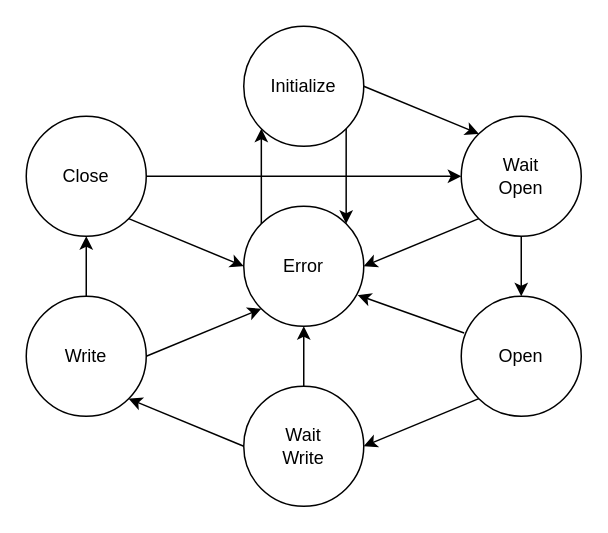
Above: Diagrams/SDStateMachine.drawio in joekeenan13/PIDA (draw.io), before the change. Source tidied: cells renumbered, new cells numbered last; positions are measured from the earlier drawing's top-left corner, leaving out a move shared by most shapes. Both pictures are drawn from the tidied source at 150%, with x=0, y=0 at pixel (26, 26).
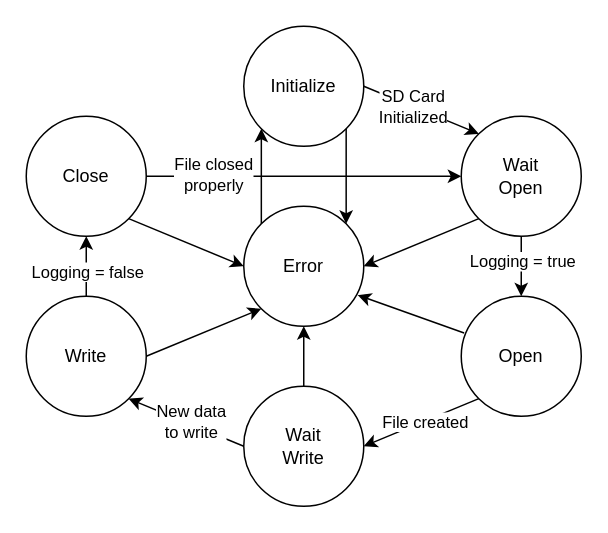
The same page after the edit.

The change refers to these unchanged cells:
```xml
<mxCell id="9" style="endArrow=classic;html=1;rounded=0;exitX=1;exitY=0.5;exitDx=0;exitDy=0;entryX=0;entryY=0;entryDx=0;entryDy=0;" parent="1" edge="1" source="2" target="4">
  <mxGeometry relative="1" as="geometry" />
</mxCell>
<mxCell id="10" style="endArrow=classic;html=1;rounded=0;exitX=1;exitY=0.5;exitDx=0;exitDy=0;entryX=0;entryY=0.5;entryDx=0;entryDy=0;" parent="1" edge="1" source="8" target="4">
  <mxGeometry relative="1" as="geometry" />
</mxCell>
<mxCell id="11" style="endArrow=classic;html=1;rounded=0;exitX=0.5;exitY=1;exitDx=0;exitDy=0;entryX=0.5;entryY=0;entryDx=0;entryDy=0;" parent="1" edge="1" source="4" target="5">
  <mxGeometry relative="1" as="geometry" />
</mxCell>
<mxCell id="14" style="endArrow=classic;html=1;rounded=0;exitX=0;exitY=1;exitDx=0;exitDy=0;entryX=1;entryY=0.5;entryDx=0;entryDy=0;" parent="1" edge="1" source="5" target="6">
  <mxGeometry relative="1" as="geometry" />
</mxCell>
<mxCell id="15" style="endArrow=classic;html=1;rounded=0;exitX=0;exitY=0.5;exitDx=0;exitDy=0;entryX=1;entryY=1;entryDx=0;entryDy=0;" parent="1" edge="1" source="6" target="7">
  <mxGeometry relative="1" as="geometry" />
</mxCell>
<mxCell id="16" style="endArrow=classic;html=1;rounded=0;exitX=0.5;exitY=0;exitDx=0;exitDy=0;entryX=0.5;entryY=1;entryDx=0;entryDy=0;" parent="1" edge="1" source="7" target="8">
  <mxGeometry relative="1" as="geometry" />
</mxCell>
```

The edit, as a diff of the source:
```diff
@@
+    <mxCell id="22" value="SD Card&lt;div&gt;Initialized&lt;/div&gt;" style="edgeLabel;html=1;align=center;verticalAlign=middle;" parent="9" vertex="1">
+      <mxGeometry x="-0.15" relative="1" as="geometry" />
+    </mxCell>
@@
+    <mxCell id="23" value="File closed&lt;div&gt;properly&lt;/div&gt;" style="edgeLabel;html=1;align=center;verticalAlign=middle;" parent="10" vertex="1">
+      <mxGeometry x="-0.58" y="2" relative="1" as="geometry" />
+    </mxCell>
@@
+    <mxCell id="24" value="Logging = true" style="edgeLabel;html=1;align=center;verticalAlign=middle;" parent="11" vertex="1">
+      <mxGeometry x="-0.19" relative="1" as="geometry" />
+    </mxCell>
@@
+    <mxCell id="25" value="File created" style="edgeLabel;html=1;align=center;verticalAlign=middle;" parent="14" vertex="1">
+      <mxGeometry x="-0.06" relative="1" as="geometry" />
+    </mxCell>
@@
+    <mxCell id="26" value="New data&lt;div&gt;to write&lt;/div&gt;" style="edgeLabel;html=1;align=center;verticalAlign=middle;" parent="15" vertex="1">
+      <mxGeometry x="-0.05" y="-2" relative="1" as="geometry" />
+    </mxCell>
@@
+    <mxCell id="27" value="Logging = false" style="edgeLabel;html=1;align=center;verticalAlign=middle;" parent="16" vertex="1">
+      <mxGeometry x="-0.16" relative="1" as="geometry" />
+    </mxCell>
```
